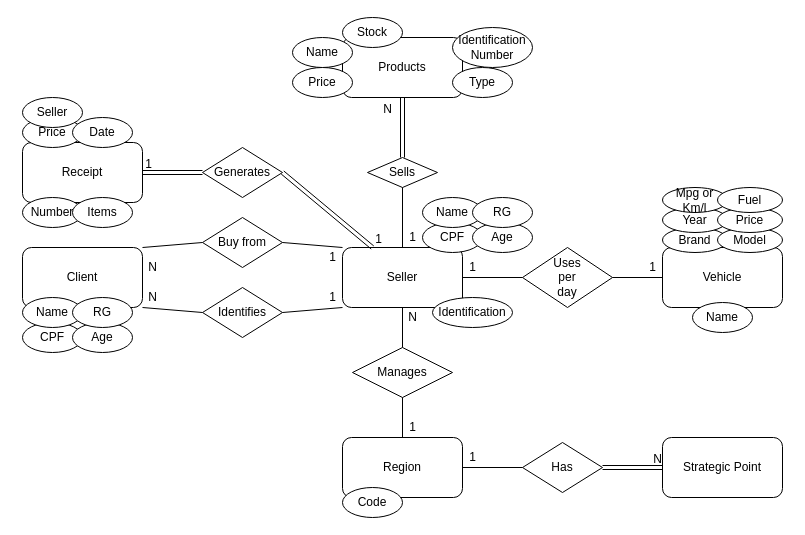
Above: MarketingDepartment.drawio in MatheusOde/UML (draw.io), before the change. Source tidied: cells renumbered, new cells numbered last; positions are measured from the earlier drawing's top-left corner, leaving out a move shared by most shapes. Both pictures are drawn from the tidied source at 100%, with x=0, y=0 at pixel (22, 17).
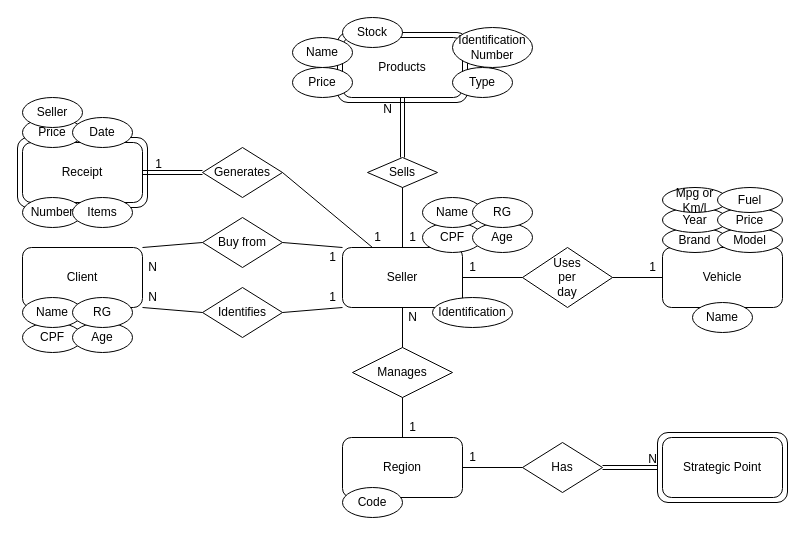
After the change.

Commit message:
Corrected some connections on MarketingDepartment.drawio

Unchanged cells that the change refers to:
```xml
<mxCell id="8" style="shape=link;html=1;rounded=0;entryX=0;entryY=0.5;entryDx=0;entryDy=0;exitX=1;exitY=0.5;exitDx=0;exitDy=0;" parent="1" edge="1" source="5" target="4">
  <mxGeometry relative="1" as="geometry" />
</mxCell>
<mxCell id="13" value="Seller" style="rounded=1;whiteSpace=wrap;html=1;" parent="1" vertex="1">
  <mxGeometry x="320" y="230" width="120" height="60" as="geometry" />
</mxCell>
<mxCell id="30" value="Generates" style="rhombus;whiteSpace=wrap;html=1;" parent="1" vertex="1">
  <mxGeometry x="180" y="130" width="80" height="50" as="geometry" />
</mxCell>
<mxCell id="31" style="shape=link;html=1;rounded=0;entryX=1;entryY=0.5;entryDx=0;entryDy=0;exitX=0;exitY=0.5;exitDx=0;exitDy=0;" parent="1" edge="1" source="30" target="29">
  <mxGeometry relative="1" as="geometry" />
</mxCell>
```

Change to the diagram source:
```diff
@@
+    <mxCell id="71" style="rounded=1;whiteSpace=wrap;html=1;" parent="1" vertex="1">
+      <mxGeometry x="315" y="15" width="130" height="70" as="geometry" />
+    </mxCell>
+    <mxCell id="72" style="rounded=1;whiteSpace=wrap;html=1;" parent="1" vertex="1">
+      <mxGeometry x="-5" y="120" width="130" height="70" as="geometry" />
+    </mxCell>
@@
-    <mxCell id="4" value="Strategic Point" style="rounded=1;whiteSpace=wrap;html=1;" parent="1" vertex="1">
-      <mxGeometry x="640" y="420" width="120" height="60" as="geometry" />
-    </mxCell>
@@
     <mxCell id="9" value="N" style="html=1;align=right;verticalAlign=bottom;" parent="8" vertex="1">
-      <mxGeometry x="1" relative="1" as="geometry" />
+      <mxGeometry x="1" relative="1" as="geometry">
+        <mxPoint x="-5" as="offset" />
+      </mxGeometry>
     </mxCell>
@@
     <mxCell id="32" value="1" style="html=1;align=right;verticalAlign=bottom;" parent="31" vertex="1">
       <mxGeometry x="1" relative="1" as="geometry">
-        <mxPoint x="10" as="offset" />
+        <mxPoint x="20" as="offset" />
       </mxGeometry>
     </mxCell>
-    <mxCell id="33" style="shape=link;html=1;rounded=0;exitX=1;exitY=0.5;exitDx=0;exitDy=0;" parent="1" edge="1" source="30">
-      <mxGeometry relative="1" as="geometry">
-        <mxPoint x="350" y="230" as="targetPoint" />
-      </mxGeometry>
-    </mxCell>
-    <mxCell id="34" value="1" style="html=1;align=right;verticalAlign=bottom;" parent="33" vertex="1">
-      <mxGeometry x="1" relative="1" as="geometry">
-        <mxPoint x="10" as="offset" />
-      </mxGeometry>
-    </mxCell>
@@
+    <mxCell id="73" style="rounded=1;whiteSpace=wrap;html=1;" parent="1" vertex="1">
+      <mxGeometry x="635" y="415" width="130" height="70" as="geometry" />
+    </mxCell>
+    <mxCell id="4" value="Strategic Point" style="rounded=1;whiteSpace=wrap;html=1;" parent="1" vertex="1">
+      <mxGeometry x="640" y="420" width="120" height="60" as="geometry" />
+    </mxCell>
+    <mxCell id="74" style="endArrow=none;html=1;rounded=0;exitX=1;exitY=0.5;exitDx=0;exitDy=0;entryX=0.25;entryY=0;entryDx=0;entryDy=0;" parent="1" edge="1" source="30" target="13">
+      <mxGeometry relative="1" as="geometry" />
+    </mxCell>
+    <mxCell id="34" value="1" style="text;html=1;align=center;verticalAlign=middle;strokeColor=none;" parent="1" vertex="1">
+      <mxGeometry x="345" y="210" width="20" height="20" as="geometry" />
+    </mxCell>
```
